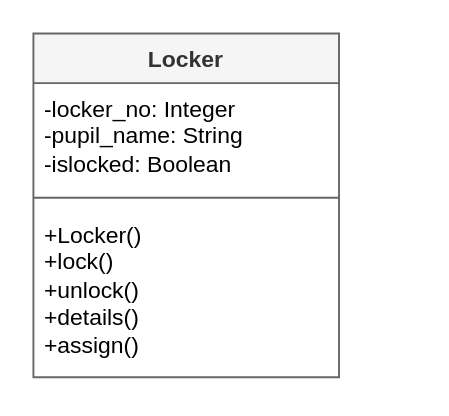
Earlier version of the draw.io diagram page "class" (2 of 3) of ah-cs/sdd/AH-SDD-Lockers/assets/diagrams/AH-SDD-Lockers.drawio (MrFriendCS/MrFriendCS.github.io). Source tidied: cells renumbered, new cells numbered last; positions are measured from the earlier drawing's top-left corner, leaving out a move shared by most shapes. Both pictures are drawn from the tidied source at 191%, with x=0, y=0 at pixel (32, 32).
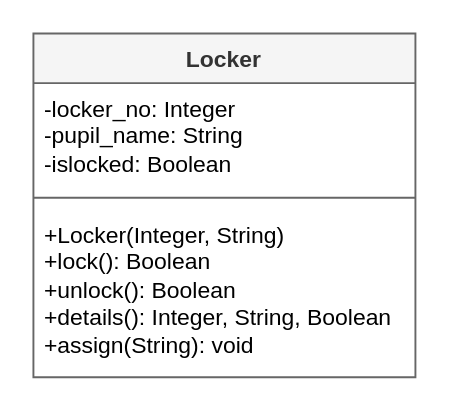
Above is the later version.

What changed in the source:
```diff
@@
 <mxGraphModel>
   <root>
     <mxCell id="0" />
     <mxCell id="1" parent="0" />
     <mxCell id="2" value="Locker" style="swimlane;fontStyle=1;align=center;verticalAlign=top;horizontal=1;startSize=26;whiteSpace=wrap;html=1;fillColor=#f5f5f5;fontColor=#333333;strokeColor=#666666;" parent="1" vertex="1">
-      <mxGeometry width="160" height="180" as="geometry" />
+      <mxGeometry width="200" height="180" as="geometry" />
     </mxCell>
     <mxCell id="3" value="-locker_no: Integer&lt;div&gt;-pupil_name: String&lt;br&gt;&lt;div&gt;-islocked: Boolean&lt;/div&gt;&lt;/div&gt;" style="text;strokeColor=none;fillColor=none;align=left;verticalAlign=top;spacingLeft=4;spacingRight=4;overflow=hidden;whiteSpace=wrap;html=1;" parent="2" vertex="1">
-      <mxGeometry y="26" width="160" height="54" as="geometry" />
+      <mxGeometry y="26" width="200" height="54" as="geometry" />
     </mxCell>
     <mxCell id="4" style="line;strokeWidth=1;fillColor=none;align=left;verticalAlign=middle;spacingTop=-1;spacingLeft=3;spacingRight=3;labelPosition=right;strokeColor=inherit;" parent="2" vertex="1">
-      <mxGeometry y="80" width="160" height="12" as="geometry" />
+      <mxGeometry y="80" width="200" height="12" as="geometry" />
     </mxCell>
-    <mxCell id="5" value="+Locker()&lt;div&gt;+lock()&lt;/div&gt;&lt;div&gt;+unlock()&lt;/div&gt;&lt;div&gt;+details()&lt;br&gt;&lt;/div&gt;&lt;div&gt;+assign()&lt;/div&gt;" style="text;strokeColor=none;fillColor=none;align=left;verticalAlign=top;spacingLeft=4;spacingRight=4;overflow=hidden;whiteSpace=wrap;html=1;" parent="2" vertex="1">
-      <mxGeometry y="92" width="160" height="88" as="geometry" />
+    <mxCell id="5" value="+Locker(Integer, String)&lt;div&gt;+lock(): Boolean&lt;/div&gt;&lt;div&gt;+unlock(): Boolean&lt;/div&gt;&lt;div&gt;+details(): Integer, String, Boolean&lt;br&gt;&lt;/div&gt;&lt;div&gt;+assign(String): void&lt;/div&gt;" style="text;strokeColor=none;fillColor=none;align=left;verticalAlign=top;spacingLeft=4;spacingRight=4;overflow=hidden;whiteSpace=wrap;html=1;" parent="2" vertex="1">
+      <mxGeometry y="92" width="200" height="88" as="geometry" />
     </mxCell>
   </root>
 </mxGraphModel>
```
